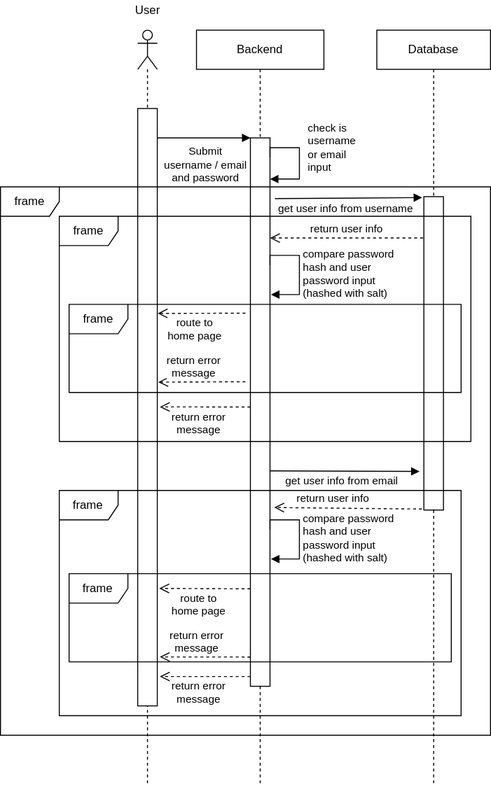
Above: specifications/src/sequence_diagram_login.drawio.svg in alex-au-922/sleekflow_coding_test (draw.io), before the change. Source tidied: cells renumbered, new cells last; positions are measured from the earlier drawing's top-left corner, leaving out a move shared by most shapes. Source of this version:
```xml
<mxGraphModel>
  <root>
    <mxCell id="0" />
    <mxCell id="1" parent="0" />
    <mxCell id="2" style="shape=umlLifeline;participant=umlActor;perimeter=lifelinePerimeter;whiteSpace=wrap;html=1;verticalAlign=top;spacingTop=36;" parent="1" vertex="1">
      <mxGeometry x="140" y="30" width="20" height="770" as="geometry" />
    </mxCell>
    <mxCell id="3" style="html=1;points=[];perimeter=orthogonalPerimeter;" parent="2" vertex="1">
      <mxGeometry y="80" width="20" height="610" as="geometry" />
    </mxCell>
    <mxCell id="4" value="Backend" style="shape=umlLifeline;perimeter=lifelinePerimeter;whiteSpace=wrap;html=1;outlineConnect=0;" parent="1" vertex="1">
      <mxGeometry x="200" y="30" width="130" height="770" as="geometry" />
    </mxCell>
    <mxCell id="5" style="edgeStyle=none;html=1;endArrow=none;endFill=0;" parent="4" edge="1" source="6" target="4">
      <mxGeometry relative="1" as="geometry" />
    </mxCell>
    <mxCell id="6" style="html=1;points=[];perimeter=orthogonalPerimeter;" parent="4" vertex="1">
      <mxGeometry x="55" y="110" width="20" height="560" as="geometry" />
    </mxCell>
    <mxCell id="7" value="Submit&lt;br&gt;username / email&lt;br&gt;and password" style="html=1;verticalAlign=bottom;endArrow=block;entryX=0;entryY=0;" parent="4" edge="1" target="6">
      <mxGeometry x="0.05" y="-50" relative="1" as="geometry">
        <mxPoint x="-40" y="110" as="sourcePoint" />
      </mxGeometry>
    </mxCell>
    <mxCell id="8" value="check is&lt;br&gt;username&lt;br&gt;or email&lt;br&gt;input" style="edgeStyle=orthogonalEdgeStyle;html=1;align=left;spacingLeft=2;endArrow=block;rounded=0;" parent="4" edge="1" target="6">
      <mxGeometry x="-0.21" y="5" relative="1" as="geometry">
        <mxPoint x="75" y="130" as="sourcePoint" />
        <Array as="points">
          <mxPoint x="75" y="120" />
          <mxPoint x="105" y="120" />
          <mxPoint x="105" y="152" />
        </Array>
      </mxGeometry>
    </mxCell>
    <mxCell id="9" value="compare password&lt;br&gt;hash and&amp;nbsp;user &lt;br&gt;password input &lt;br&gt;(hashed with salt)" style="edgeStyle=orthogonalEdgeStyle;html=1;align=left;spacingLeft=2;endArrow=block;rounded=0;" parent="4" edge="1">
      <mxGeometry x="0.09" relative="1" as="geometry">
        <mxPoint x="75" y="240" as="sourcePoint" />
        <mxPoint x="76" y="270" as="targetPoint" />
        <Array as="points">
          <mxPoint x="75" y="230" />
          <mxPoint x="105" y="230" />
          <mxPoint x="105" y="270" />
          <mxPoint x="76" y="270" />
        </Array>
      </mxGeometry>
    </mxCell>
    <mxCell id="10" value="get user info from email" style="html=1;verticalAlign=bottom;endArrow=block;exitX=1.129;exitY=0.151;exitDx=0;exitDy=0;exitPerimeter=0;entryX=-0.093;entryY=0.003;entryDx=0;entryDy=0;entryPerimeter=0;" parent="4" edge="1">
      <mxGeometry x="-0.05" y="-19" relative="1" as="geometry">
        <mxPoint x="75" y="450" as="sourcePoint" />
        <mxPoint x="227.6" y="450.6" as="targetPoint" />
      </mxGeometry>
    </mxCell>
    <mxCell id="11" value="compare password&lt;br&gt;hash and&amp;nbsp;user &lt;br&gt;password input &lt;br&gt;(hashed with salt)" style="edgeStyle=orthogonalEdgeStyle;html=1;align=left;spacingLeft=2;endArrow=block;rounded=0;" parent="4" edge="1">
      <mxGeometry x="0.09" relative="1" as="geometry">
        <mxPoint x="75" y="510" as="sourcePoint" />
        <mxPoint x="76" y="540" as="targetPoint" />
        <Array as="points">
          <mxPoint x="75" y="500" />
          <mxPoint x="105" y="500" />
          <mxPoint x="105" y="540" />
          <mxPoint x="76" y="540" />
        </Array>
      </mxGeometry>
    </mxCell>
    <mxCell id="12" value="route to&lt;br&gt;home page" style="html=1;verticalAlign=bottom;endArrow=open;dashed=1;endSize=8;entryX=1.034;entryY=0.387;entryDx=0;entryDy=0;entryPerimeter=0;exitX=-0.067;exitY=0.355;exitDx=0;exitDy=0;exitPerimeter=0;" parent="4" edge="1">
      <mxGeometry x="0.15" y="32" relative="1" as="geometry">
        <mxPoint x="55" y="570.5" as="sourcePoint" />
        <mxPoint x="-38" y="570" as="targetPoint" />
      </mxGeometry>
    </mxCell>
    <mxCell id="13" value="return error&lt;br&gt;message" style="html=1;verticalAlign=bottom;endArrow=open;dashed=1;endSize=8;exitX=-0.095;exitY=0.496;exitDx=0;exitDy=0;exitPerimeter=0;entryX=1.034;entryY=0.387;entryDx=0;entryDy=0;entryPerimeter=0;" parent="4" edge="1">
      <mxGeometry x="0.19" relative="1" as="geometry">
        <mxPoint x="55" y="640.1" as="sourcePoint" />
        <mxPoint x="-37.4" y="640" as="targetPoint" />
      </mxGeometry>
    </mxCell>
    <mxCell id="14" value="return error&lt;br&gt;message" style="html=1;verticalAlign=bottom;endArrow=open;dashed=1;endSize=8;exitX=-0.095;exitY=0.496;exitDx=0;exitDy=0;exitPerimeter=0;entryX=1.034;entryY=0.387;entryDx=0;entryDy=0;entryPerimeter=0;" parent="4" edge="1">
      <mxGeometry x="0.15" y="32" relative="1" as="geometry">
        <mxPoint x="55" y="660.1" as="sourcePoint" />
        <mxPoint x="-37.4" y="660" as="targetPoint" />
      </mxGeometry>
    </mxCell>
    <mxCell id="15" value="Database" style="shape=umlLifeline;perimeter=lifelinePerimeter;whiteSpace=wrap;html=1;" parent="1" vertex="1">
      <mxGeometry x="384" y="30" width="116" height="770" as="geometry" />
    </mxCell>
    <mxCell id="16" style="html=1;points=[];perimeter=orthogonalPerimeter;" parent="15" vertex="1">
      <mxGeometry x="48" y="170" width="20" height="320" as="geometry" />
    </mxCell>
    <mxCell id="17" value="User" style="text;html=1;align=center;verticalAlign=middle;strokeColor=none;fillColor=none;" parent="1" vertex="1">
      <mxGeometry x="130" width="40" height="20" as="geometry" />
    </mxCell>
    <mxCell id="18" value="get user info from username" style="html=1;verticalAlign=bottom;endArrow=block;entryX=-0.093;entryY=0.003;entryDx=0;entryDy=0;entryPerimeter=0;" parent="1" edge="1" target="16">
      <mxGeometry x="-0.05" y="-19" relative="1" as="geometry">
        <mxPoint x="280" y="202" as="sourcePoint" />
      </mxGeometry>
    </mxCell>
    <mxCell id="19" value="return user info" style="html=1;verticalAlign=bottom;endArrow=open;dashed=1;endSize=8;exitX=-0.043;exitY=0.132;exitDx=0;exitDy=0;exitPerimeter=0;" parent="1" edge="1" source="16" target="6">
      <mxGeometry relative="1" as="geometry" />
    </mxCell>
    <mxCell id="20" value="route to&lt;br&gt;home page" style="html=1;verticalAlign=bottom;endArrow=open;dashed=1;endSize=8;entryX=1.021;entryY=0.343;entryDx=0;entryDy=0;entryPerimeter=0;" parent="1" edge="1" target="3">
      <mxGeometry x="0.15" y="32" relative="1" as="geometry">
        <mxPoint x="250" y="319" as="sourcePoint" />
      </mxGeometry>
    </mxCell>
    <mxCell id="21" value="return user info" style="html=1;verticalAlign=bottom;endArrow=open;dashed=1;endSize=8;entryX=1.217;entryY=0.674;entryDx=0;entryDy=0;entryPerimeter=0;" parent="1" edge="1" target="6">
      <mxGeometry x="0.19" y="-1" relative="1" as="geometry">
        <mxPoint x="430" y="519" as="sourcePoint" />
      </mxGeometry>
    </mxCell>
    <mxCell id="22" value="return error&lt;br&gt;message" style="html=1;verticalAlign=bottom;endArrow=open;dashed=1;endSize=8;entryX=1.05;entryY=0.458;entryDx=0;entryDy=0;entryPerimeter=0;" parent="1" edge="1" target="3">
      <mxGeometry x="0.19" relative="1" as="geometry">
        <mxPoint x="250" y="389" as="sourcePoint" />
      </mxGeometry>
    </mxCell>
    <mxCell id="23" value="return error&lt;br&gt;message" style="html=1;verticalAlign=bottom;endArrow=open;dashed=1;endSize=8;exitX=-0.095;exitY=0.496;exitDx=0;exitDy=0;exitPerimeter=0;entryX=1.034;entryY=0.387;entryDx=0;entryDy=0;entryPerimeter=0;" parent="1" edge="1">
      <mxGeometry x="0.15" y="32" relative="1" as="geometry">
        <mxPoint x="255" y="414.8" as="sourcePoint" />
        <mxPoint x="162.6" y="414.7" as="targetPoint" />
      </mxGeometry>
    </mxCell>
    <mxCell id="24" value="frame" style="shape=umlFrame;whiteSpace=wrap;html=1;" parent="1" vertex="1">
      <mxGeometry x="70" y="310" width="400" height="90" as="geometry" />
    </mxCell>
    <mxCell id="25" value="frame" style="shape=umlFrame;whiteSpace=wrap;html=1;" parent="1" vertex="1">
      <mxGeometry x="60" y="220" width="420" height="230" as="geometry" />
    </mxCell>
    <mxCell id="26" value="frame" style="shape=umlFrame;whiteSpace=wrap;html=1;" parent="1" vertex="1">
      <mxGeometry x="70" y="585" width="390" height="90" as="geometry" />
    </mxCell>
    <mxCell id="27" value="frame" style="shape=umlFrame;whiteSpace=wrap;html=1;" parent="1" vertex="1">
      <mxGeometry x="60" y="500" width="410" height="230" as="geometry" />
    </mxCell>
    <mxCell id="28" value="frame" style="shape=umlFrame;whiteSpace=wrap;html=1;" parent="1" vertex="1">
      <mxGeometry y="190" width="500" height="560" as="geometry" />
    </mxCell>
  </root>
</mxGraphModel>
```
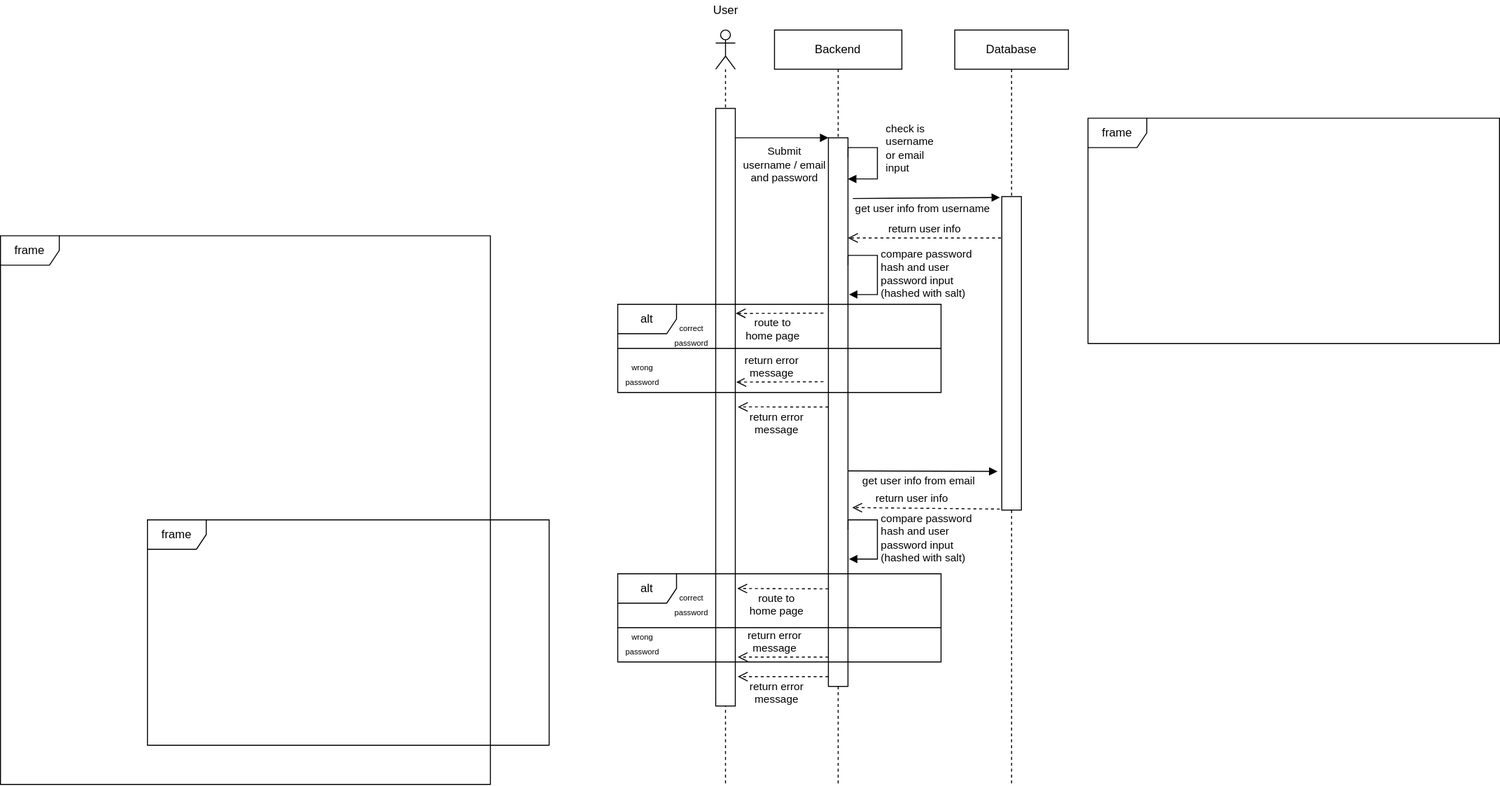
After the commit.

Commit message:
Updating the sequence diagram

The edit, as a diff of the source:
```diff
@@ -118,20 +118,38 @@
         <mxPoint x="162.6" y="414.7" as="targetPoint" />
       </mxGeometry>
     </mxCell>
-    <mxCell id="24" value="frame" style="shape=umlFrame;whiteSpace=wrap;html=1;" parent="1" vertex="1">
-      <mxGeometry x="70" y="310" width="400" height="90" as="geometry" />
+    <mxCell id="24" value="alt" style="shape=umlFrame;whiteSpace=wrap;html=1;" parent="1" vertex="1">
+      <mxGeometry x="40" y="310" width="330" height="90" as="geometry" />
     </mxCell>
     <mxCell id="25" value="frame" style="shape=umlFrame;whiteSpace=wrap;html=1;" parent="1" vertex="1">
-      <mxGeometry x="60" y="220" width="420" height="230" as="geometry" />
+      <mxGeometry x="520" y="120" width="420" height="230" as="geometry" />
     </mxCell>
-    <mxCell id="26" value="frame" style="shape=umlFrame;whiteSpace=wrap;html=1;" parent="1" vertex="1">
-      <mxGeometry x="70" y="585" width="390" height="90" as="geometry" />
-    </mxCell>
     <mxCell id="27" value="frame" style="shape=umlFrame;whiteSpace=wrap;html=1;" parent="1" vertex="1">
-      <mxGeometry x="60" y="500" width="410" height="230" as="geometry" />
+      <mxGeometry x="-440" y="530" width="410" height="230" as="geometry" />
     </mxCell>
     <mxCell id="28" value="frame" style="shape=umlFrame;whiteSpace=wrap;html=1;" parent="1" vertex="1">
-      <mxGeometry y="190" width="500" height="560" as="geometry" />
+      <mxGeometry x="-590" y="240" width="500" height="560" as="geometry" />
     </mxCell>
+    <mxCell id="29" style="line;strokeWidth=1;fillColor=none;align=left;verticalAlign=middle;spacingTop=-1;spacingLeft=3;spacingRight=3;labelPosition=right;" parent="1" vertex="1">
+      <mxGeometry x="40" y="351" width="330" height="8" as="geometry" />
+    </mxCell>
+    <mxCell id="30" value="&lt;font style=&quot;font-size: 8px&quot;&gt;correct&lt;br&gt;password&lt;br&gt;&lt;/font&gt;" style="text;html=1;align=center;verticalAlign=middle;fillColor=none;strokeColor=none;rounded=0;" parent="1" vertex="1">
+      <mxGeometry x="90" y="321" width="50" height="40" as="geometry" />
+    </mxCell>
+    <mxCell id="31" value="&lt;font style=&quot;font-size: 8px&quot;&gt;wrong&lt;br&gt;password&lt;br&gt;&lt;/font&gt;" style="text;html=1;align=center;verticalAlign=middle;fillColor=none;strokeColor=none;rounded=0;" parent="1" vertex="1">
+      <mxGeometry x="40" y="361" width="50" height="40" as="geometry" />
+    </mxCell>
+    <mxCell id="32" value="alt" style="shape=umlFrame;whiteSpace=wrap;html=1;" parent="1" vertex="1">
+      <mxGeometry x="40" y="585" width="330" height="90" as="geometry" />
+    </mxCell>
+    <mxCell id="33" value="&lt;font style=&quot;font-size: 8px&quot;&gt;correct&lt;br&gt;password&lt;br&gt;&lt;/font&gt;" style="text;html=1;align=center;verticalAlign=middle;fillColor=none;strokeColor=none;rounded=0;" parent="1" vertex="1">
+      <mxGeometry x="90" y="596" width="50" height="40" as="geometry" />
+    </mxCell>
+    <mxCell id="34" value="&lt;font style=&quot;font-size: 8px&quot;&gt;wrong&lt;br&gt;password&lt;br&gt;&lt;/font&gt;" style="text;html=1;align=center;verticalAlign=middle;fillColor=none;strokeColor=none;rounded=0;" parent="1" vertex="1">
+      <mxGeometry x="40" y="636" width="50" height="40" as="geometry" />
+    </mxCell>
+    <mxCell id="35" style="line;strokeWidth=1;fillColor=none;align=left;verticalAlign=middle;spacingTop=-1;spacingLeft=3;spacingRight=3;labelPosition=right;" parent="1" vertex="1">
+      <mxGeometry x="40" y="636" width="330" height="8" as="geometry" />
+    </mxCell>
   </root>
 </mxGraphModel>
```
